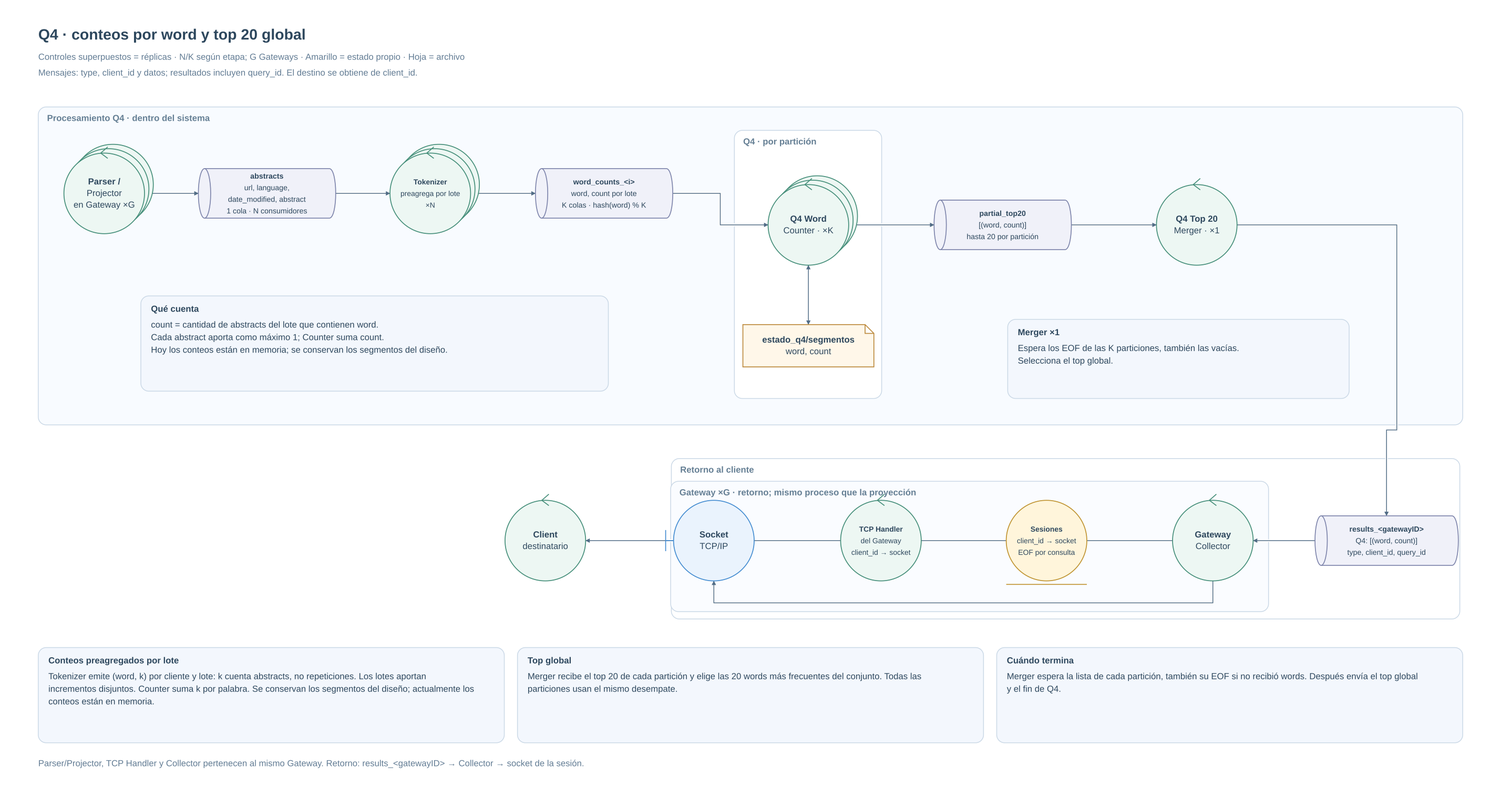
Earlier version of the Mermaid export Diagramas/Robustez/DIagrama-robustez-q4.png (NicoPodesta/trabajo-final-distribuidos). Its source is kept beside it as Diagramas/Robustez/DIagrama-robustez-q4.mmd.
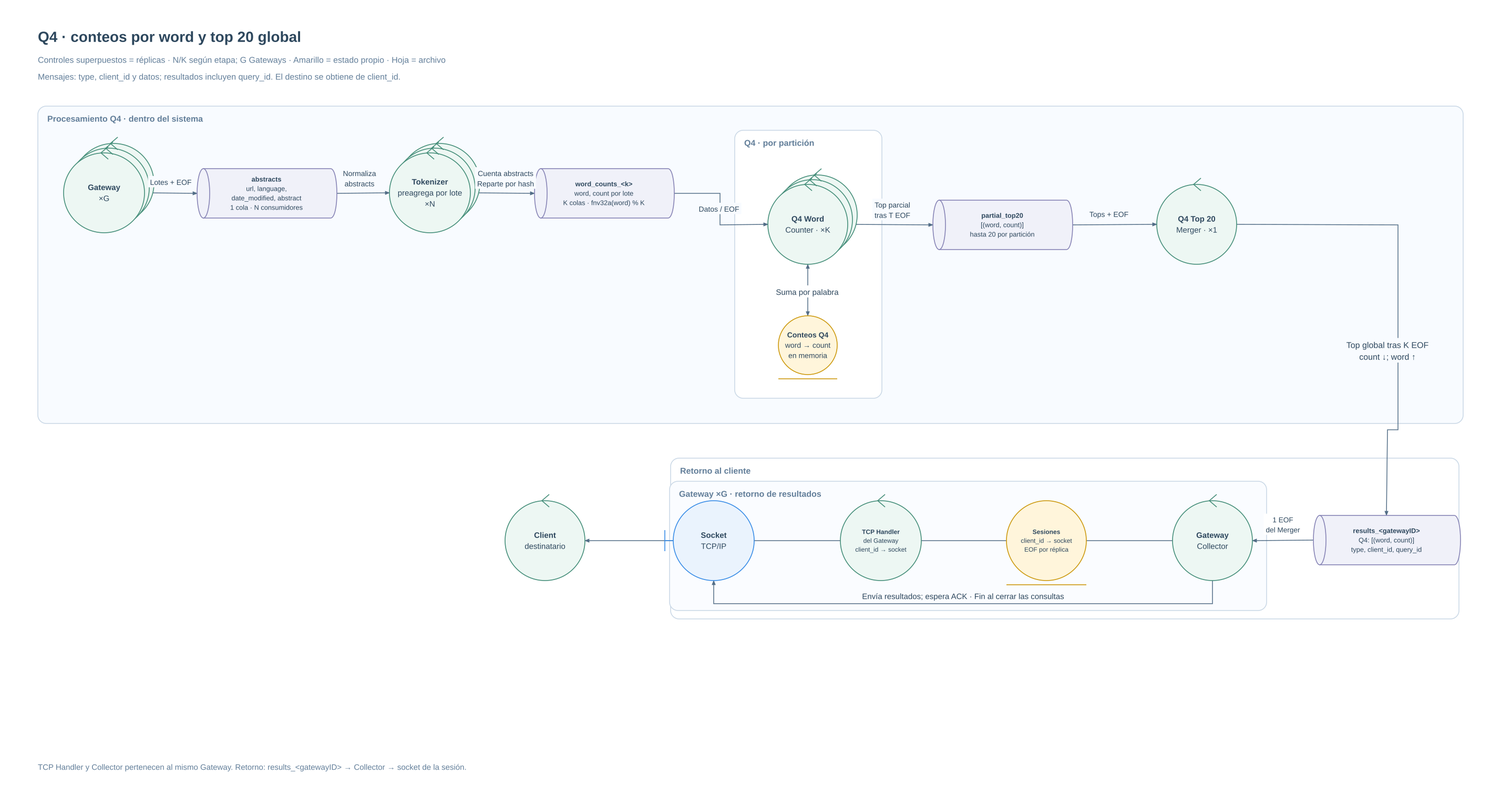
Later version of the same file.

The edit, as a diff of the source:
```diff
@@ -1,47 +1,41 @@
 flowchart LR
-    subgraph COUNTER["Q4 · por partición"]
+    subgraph GROUP1["Q4 · por partición"]
     Q4C(("Q4 Word<br/>Counter · ×K"))
-    F4["estado_q4/segmentos<br/>word, count"]
+    F4(("Conteos Q4<br/>word → count<br/>en memoria"))
     end
-    subgraph RETURN["Retorno al cliente"]
-    RQ@{ shape: h-cyl, label: "results_&lt;gatewayID&gt;<br/>Q4: [(word, count)]<br/>type, client_id, query_id" }
-    subgraph GATEWAY["Gateway ×G · retorno; mismo proceso que la proyección"]
+    subgraph GROUP3["Gateway ×G · retorno de resultados"]
+    API(("Socket<br/>TCP/IP"))
+    RX(("TCP Handler<br/>del Gateway<br/>client_id → socket"))
+    SESSION(("Sesiones<br/>client_id → socket<br/>EOF por réplica"))
     GW(("Gateway<br/>Collector"))
-    SESSION(("Sesiones<br/>client_id → socket<br/>EOF por consulta"))
-    RX(("TCP Handler<br/>del Gateway<br/>client_id → socket"))
-    API(("Socket<br/>TCP/IP"))
     end
-    end
-    P(("Parser /<br/>Projector<br/>en Gateway ×G"))
-    TQ@{ shape: h-cyl, label: "abstracts<br/>url, language,<br/>date_modified, abstract<br/>1 cola · N consumidores" }
+    P(("Gateway<br/>×G"))
     T(("Tokenizer<br/>preagrega por lote<br/>×N"))
-    WQ@{ shape: h-cyl, label: "word_counts_&lt;i&gt;<br/>word, count por lote<br/>K colas · hash(word) % K" }
-    TOPQ@{ shape: h-cyl, label: "partial_top20<br/>[(word, count)]<br/>hasta 20 por partición" }
     Q4M(("Q4 Top 20<br/>Merger · ×1"))
     C(("Client<br/>destinatario"))
-    P --> TQ
-    TQ --> T
-    T --> WQ
-    WQ --> Q4C
-    Q4C <--> F4
-    Q4C --> TOPQ
-    TOPQ --> Q4M
-    RQ --> GW
+    TQ@{ shape: h-cyl, label: "abstracts<br/>url, language,<br/>date_modified, abstract<br/>1 cola · N consumidores" }
+    WQ@{ shape: h-cyl, label: "word_counts_&lt;k&gt;<br/>word, count por lote<br/>K colas · fnv32a(word) % K" }
+    TOPQ@{ shape: h-cyl, label: "partial_top20<br/>[(word, count)]<br/>hasta 20 por partición" }
+    RQ@{ shape: h-cyl, label: "results_&lt;gatewayID&gt;<br/>Q4: [(word, count)]<br/>type, client_id, query_id" }
+    P -->|"Lotes + EOF"| TQ
+    TQ -->|"Normaliza<br/>abstracts"| T
+    T -->|"Cuenta abstracts<br/>Reparte por hash"| WQ
+    WQ -->|"Datos / EOF"| Q4C
+    Q4C <-->|"Suma por palabra"| F4
+    Q4C -->|"Top parcial<br/>tras T EOF"| TOPQ
+    TOPQ -->|"Tops + EOF"| Q4M
+    Q4M -->|"Top global tras K EOF<br/>count ↓; word ↑"| RQ
+    RQ -->|"1 EOF<br/>del Merger"| GW
     GW --- SESSION
-    RX --- SESSION
+    SESSION --- RX
     RX --- API
-    GW -->|escritura por sesión| API
     API --> C
-    Q4M --> RQ
-    classDef control fill:#edf7f3,stroke:#377964;
-    class P,T,Q4C,Q4M,GW,RX,C control;
-    classDef boundary fill:#eaf3fd,stroke:#397bac;
+    GW -->|"Envía resultados; espera ACK · Fin al cerrar las consultas"| API
+    classDef control fill:#edf7f3,stroke:#438d78,color:#2d475d;
+    class P,T,Q4C,Q4M,C,RX,GW control;
+    classDef boundary fill:#eaf3fd,stroke:#368be6,color:#2d475d;
     class API boundary;
-    classDef entity fill:#fff5db,stroke:#b6903e;
-    class SESSION entity;
-    classDef queue fill:#f0f1f9,stroke:#737d9e;
+    classDef entity fill:#fff5db,stroke:#cc980c,color:#2d475d;
+    class SESSION,F4 entity;
+    classDef queue fill:#f0f1f9,stroke:#8582b4,color:#2d475d;
     class TQ,WQ,TOPQ,RQ queue;
-    classDef exchange fill:#f0f1f9,stroke:#737d9e;
-    classDef file fill:#fff7e9,stroke:#ad8242;
-    class F4 file;
-    classDef actor fill:white,stroke:#526579;
```
